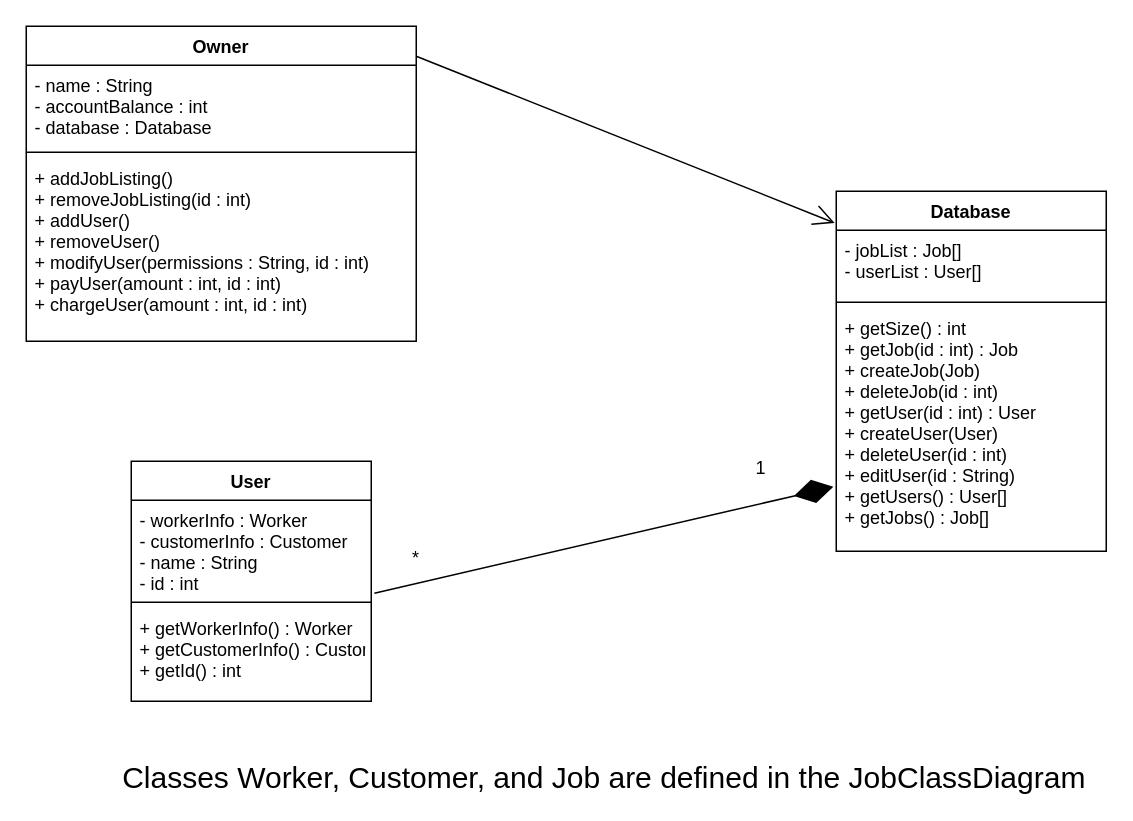
Earlier version of the draw.io diagram docs/umlClassDiagramsSrc/OwnerClassDiagram.drawio (davevstorey/9-usu-cs3450-sp2022). Source tidied: cells renumbered, new cells numbered last; positions are measured from the earlier drawing's top-left corner, leaving out a move shared by most shapes. Both pictures are drawn from the tidied source at 150%, with x=0, y=0 at pixel (26, 26).
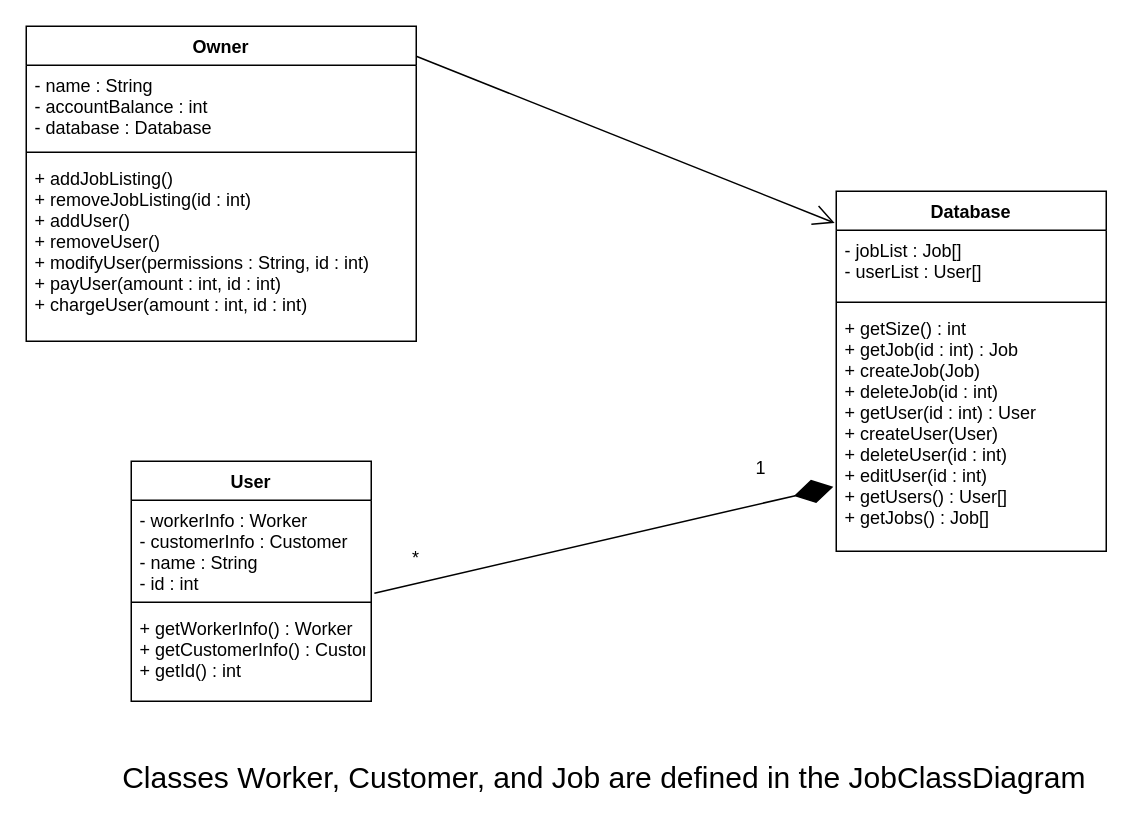
The same diagram, later.

Change to the diagram source:
```diff
@@
 <mxGraphModel>
   <root>
     <mxCell id="0" />
     <mxCell id="1" parent="0" />
     <mxCell id="2" value="Owner" style="swimlane;fontStyle=1;align=center;verticalAlign=top;horizontal=1;startSize=26;" parent="1" vertex="1">
       <mxGeometry width="260" height="210" as="geometry" />
     </mxCell>
     <mxCell id="3" value="- name : String&#10;- accountBalance : int&#10;- database : Database" style="text;strokeColor=none;fillColor=none;align=left;verticalAlign=top;spacingLeft=4;spacingRight=4;overflow=hidden;" parent="2" vertex="1">
       <mxGeometry y="26" width="260" height="54" as="geometry" />
     </mxCell>
     <mxCell id="4" style="line;strokeWidth=1;fillColor=none;align=left;verticalAlign=middle;spacingTop=-1;spacingLeft=3;spacingRight=3;labelPosition=right;" parent="2" vertex="1">
       <mxGeometry y="80" width="260" height="8" as="geometry" />
     </mxCell>
     <mxCell id="5" value="+ addJobListing()&#10;+ removeJobListing(id : int)&#10;+ addUser()&#10;+ removeUser()&#10;+ modifyUser(permissions : String, id : int)&#10;+ payUser(amount : int, id : int)&#10;+ chargeUser(amount : int, id : int)" style="text;strokeColor=none;fillColor=none;align=left;verticalAlign=top;spacingLeft=4;spacingRight=4;overflow=hidden;" parent="2" vertex="1">
       <mxGeometry y="88" width="260" height="122" as="geometry" />
     </mxCell>
     <mxCell id="6" value="Database" style="swimlane;fontStyle=1;align=center;verticalAlign=top;horizontal=1;startSize=26;" parent="1" vertex="1">
       <mxGeometry x="540" y="110" width="180" height="240" as="geometry" />
     </mxCell>
     <mxCell id="7" value="- jobList : Job[]&#10;- userList : User[]" style="text;strokeColor=none;fillColor=none;align=left;verticalAlign=top;spacingLeft=4;spacingRight=4;overflow=hidden;" parent="6" vertex="1">
       <mxGeometry y="26" width="180" height="44" as="geometry" />
     </mxCell>
     <mxCell id="8" style="line;strokeWidth=1;fillColor=none;align=left;verticalAlign=middle;spacingTop=-1;spacingLeft=3;spacingRight=3;labelPosition=right;" parent="6" vertex="1">
       <mxGeometry y="70" width="180" height="8" as="geometry" />
     </mxCell>
-    <mxCell id="9" value="+ getSize() : int&#10;+ getJob(id : int) : Job&#10;+ createJob(Job)&#10;+ deleteJob(id : int)&#10;+ getUser(id : int) : User&#10;+ createUser(User)&#10;+ deleteUser(id : int)&#10;+ editUser(id : String)&#10;+ getUsers() : User[]&#10;+ getJobs() : Job[]" style="text;strokeColor=none;fillColor=none;align=left;verticalAlign=top;spacingLeft=4;spacingRight=4;overflow=hidden;points=[[0,0.5],[1,0.5]];portConstraint=eastwest;" parent="6" vertex="1">
+    <mxCell id="9" value="+ getSize() : int&#10;+ getJob(id : int) : Job&#10;+ createJob(Job)&#10;+ deleteJob(id : int)&#10;+ getUser(id : int) : User&#10;+ createUser(User)&#10;+ deleteUser(id : int)&#10;+ editUser(id : int)&#10;+ getUsers() : User[]&#10;+ getJobs() : Job[]" style="text;strokeColor=none;fillColor=none;align=left;verticalAlign=top;spacingLeft=4;spacingRight=4;overflow=hidden;points=[[0,0.5],[1,0.5]];portConstraint=eastwest;" parent="6" vertex="1">
       <mxGeometry y="78" width="180" height="162" as="geometry" />
     </mxCell>
     <mxCell id="10" style="endArrow=open;endFill=1;endSize=12;html=1;rounded=0;entryX=-0.006;entryY=0.088;entryDx=0;entryDy=0;entryPerimeter=0;" parent="1" edge="1" target="6">
       <mxGeometry relative="1" as="geometry">
         <mxPoint x="260" y="20" as="sourcePoint" />
       </mxGeometry>
     </mxCell>
     <mxCell id="11" value="User" style="swimlane;fontStyle=1;align=center;verticalAlign=top;horizontal=1;startSize=26;" parent="1" vertex="1">
       <mxGeometry x="70" y="290" width="160" height="160" as="geometry" />
     </mxCell>
     <mxCell id="12" value="- workerInfo : Worker&#10;- customerInfo : Customer&#10;- name : String&#10;- id : int" style="text;strokeColor=none;fillColor=none;align=left;verticalAlign=top;spacingLeft=4;spacingRight=4;overflow=hidden;points=[[0,0.5],[1,0.5]];portConstraint=eastwest;" parent="11" vertex="1">
       <mxGeometry y="26" width="160" height="64" as="geometry" />
     </mxCell>
     <mxCell id="13" style="line;strokeWidth=1;fillColor=none;align=left;verticalAlign=middle;spacingTop=-1;spacingLeft=3;spacingRight=3;labelPosition=right;" parent="11" vertex="1">
       <mxGeometry y="90" width="160" height="8" as="geometry" />
     </mxCell>
     <mxCell id="14" value="+ getWorkerInfo() : Worker&#10;+ getCustomerInfo() : Customer&#10;+ getId() : int" style="text;strokeColor=none;fillColor=none;align=left;verticalAlign=top;spacingLeft=4;spacingRight=4;overflow=hidden;" parent="11" vertex="1">
       <mxGeometry y="98" width="160" height="62" as="geometry" />
     </mxCell>
     <mxCell id="15" style="endArrow=diamondThin;endFill=1;endSize=24;html=1;rounded=0;entryX=-0.011;entryY=0.735;entryDx=0;entryDy=0;entryPerimeter=0;exitX=1.013;exitY=0.969;exitDx=0;exitDy=0;exitPerimeter=0;" parent="1" edge="1" source="12" target="9">
       <mxGeometry relative="1" as="geometry" />
     </mxCell>
     <mxCell id="16" value="1" style="text;html=1;strokeColor=none;fillColor=none;align=center;verticalAlign=middle;whiteSpace=wrap;rounded=0;" parent="1" vertex="1">
       <mxGeometry x="460" y="280" width="60" height="30" as="geometry" />
     </mxCell>
     <mxCell id="17" value="*" style="text;html=1;strokeColor=none;fillColor=none;align=center;verticalAlign=middle;whiteSpace=wrap;rounded=0;" parent="1" vertex="1">
       <mxGeometry x="230" y="340" width="60" height="30" as="geometry" />
     </mxCell>
     <mxCell id="18" value="&lt;font style=&quot;font-size: 20px&quot;&gt;Classes Worker, Customer, and Job are defined in the JobClassDiagram&lt;/font&gt;" style="text;html=1;align=center;verticalAlign=middle;strokeColor=none;fillColor=none;" parent="1" vertex="1">
       <mxGeometry x="55" y="490" width="660" height="20" as="geometry" />
     </mxCell>
   </root>
 </mxGraphModel>
```
